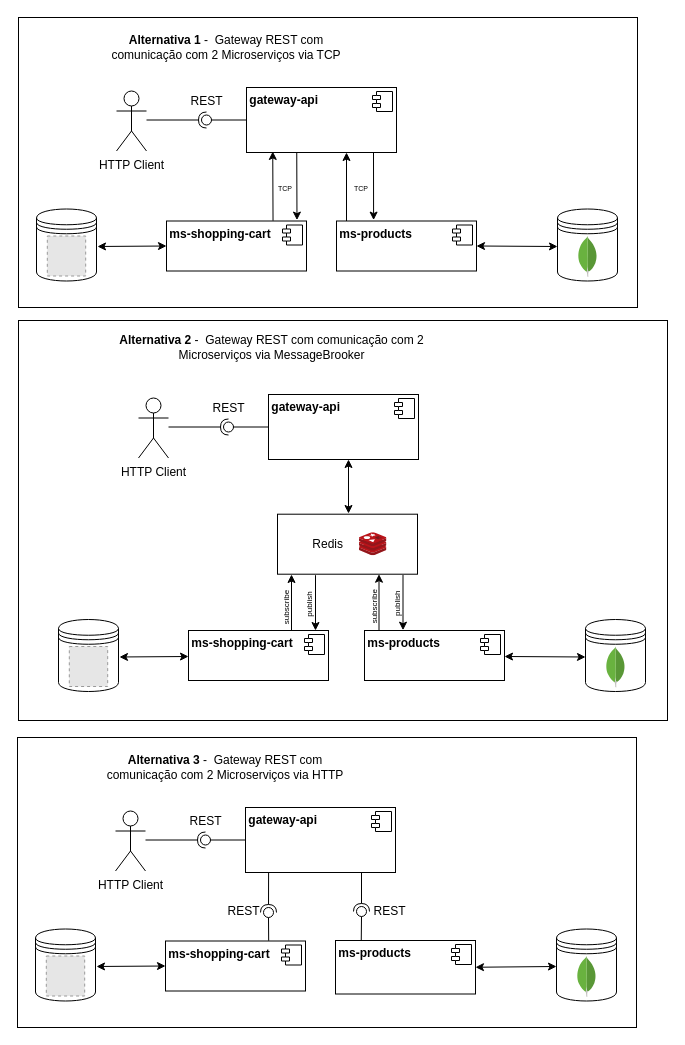
The draw.io diagram AlternativesDiagram.drawio in Carlitoscool/test, before the edit. Source tidied: cells renumbered, new cells numbered last; positions are measured from the earlier drawing's top-left corner, leaving out a move shared by most shapes. Both pictures are drawn from the tidied source at 100%, with x=0, y=0 at pixel (17, 17). Pictures stored in the file or linked from it are replaced by grey dashed boxes.
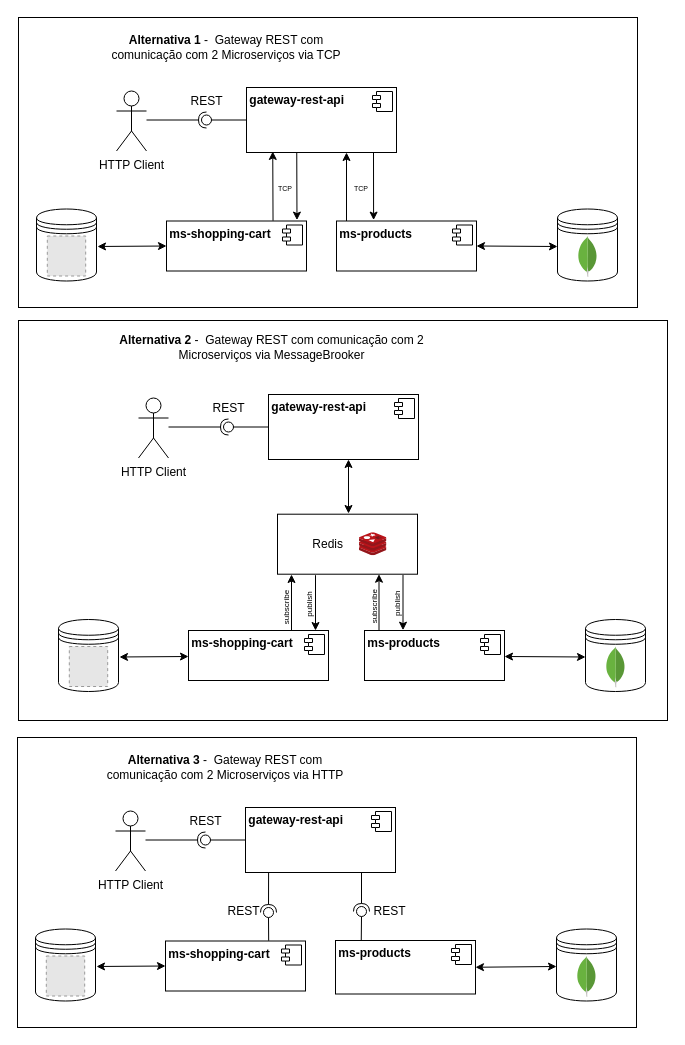
The same diagram, later.

The edit, as a diff of the source:
```diff
@@
-    <mxCell id="9" value="&lt;p style=&quot;margin: 6px 0px 0px&quot;&gt;&lt;b&gt;&lt;span style=&quot;white-space: normal&quot;&gt;&amp;nbsp;gateway-api&lt;/span&gt;&lt;br&gt;&lt;/b&gt;&lt;/p&gt;&lt;p style=&quot;margin: 0px ; margin-left: 8px&quot;&gt;&lt;br&gt;&lt;/p&gt;" style="align=left;overflow=fill;html=1;" parent="1" vertex="1">
+    <mxCell id="9" value="&lt;p style=&quot;margin: 6px 0px 0px&quot;&gt;&lt;b&gt;&lt;span style=&quot;white-space: normal&quot;&gt;&amp;nbsp;gateway-rest-api&lt;/span&gt;&lt;br&gt;&lt;/b&gt;&lt;/p&gt;&lt;p style=&quot;margin: 0px ; margin-left: 8px&quot;&gt;&lt;br&gt;&lt;/p&gt;" style="align=left;overflow=fill;html=1;" parent="1" vertex="1">
       <mxGeometry x="229" y="70" width="150" height="65" as="geometry" />
     </mxCell>
@@
-    <mxCell id="35" value="&lt;p style=&quot;margin: 6px 0px 0px&quot;&gt;&lt;b&gt;&lt;span style=&quot;white-space: normal&quot;&gt;&amp;nbsp;gateway-api&lt;/span&gt;&lt;br&gt;&lt;/b&gt;&lt;/p&gt;&lt;p style=&quot;margin: 0px ; margin-left: 8px&quot;&gt;&lt;br&gt;&lt;/p&gt;" style="align=left;overflow=fill;html=1;" parent="1" vertex="1">
+    <mxCell id="35" value="&lt;p style=&quot;margin: 6px 0px 0px&quot;&gt;&lt;b&gt;&lt;span style=&quot;white-space: normal&quot;&gt;&amp;nbsp;gateway-rest-api&lt;/span&gt;&lt;br&gt;&lt;/b&gt;&lt;/p&gt;&lt;p style=&quot;margin: 0px ; margin-left: 8px&quot;&gt;&lt;br&gt;&lt;/p&gt;" style="align=left;overflow=fill;html=1;" parent="1" vertex="1">
       <mxGeometry x="251" y="377" width="150" height="65" as="geometry" />
     </mxCell>
@@
-    <mxCell id="68" value="&lt;p style=&quot;margin: 6px 0px 0px&quot;&gt;&lt;b&gt;&lt;span style=&quot;white-space: normal&quot;&gt;&amp;nbsp;gateway-api&lt;/span&gt;&lt;br&gt;&lt;/b&gt;&lt;/p&gt;&lt;p style=&quot;margin: 0px ; margin-left: 8px&quot;&gt;&lt;br&gt;&lt;/p&gt;" style="align=left;overflow=fill;html=1;" parent="1" vertex="1">
+    <mxCell id="68" value="&lt;p style=&quot;margin: 6px 0px 0px&quot;&gt;&lt;b&gt;&lt;span style=&quot;white-space: normal&quot;&gt;&amp;nbsp;gateway-rest-api&lt;/span&gt;&lt;br&gt;&lt;/b&gt;&lt;/p&gt;&lt;p style=&quot;margin: 0px ; margin-left: 8px&quot;&gt;&lt;br&gt;&lt;/p&gt;" style="align=left;overflow=fill;html=1;" parent="1" vertex="1">
       <mxGeometry x="228" y="790" width="150" height="65" as="geometry" />
     </mxCell>
```
